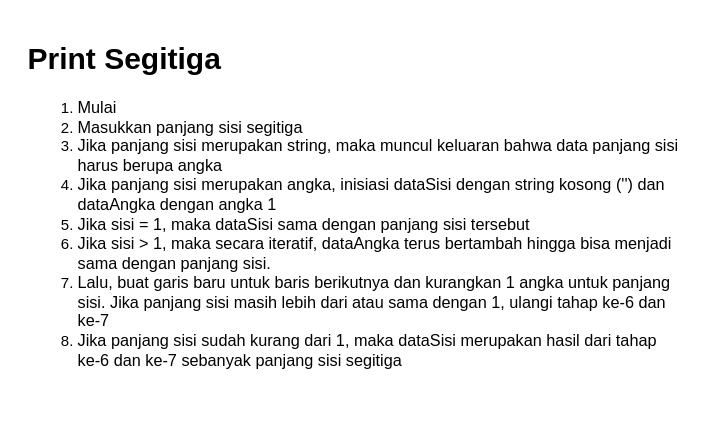
bagus25dzikri06/javascript-intro-1 keeps this draw.io diagram as task3-algoritma.drawio.xml. Above is the earlier version. Source tidied: cells renumbered, new cells numbered last; positions are measured from the earlier drawing's top-left corner, leaving out a move shared by most shapes. Both pictures are drawn from the tidied source at 125%, with x=0, y=0 at pixel (21, 34).
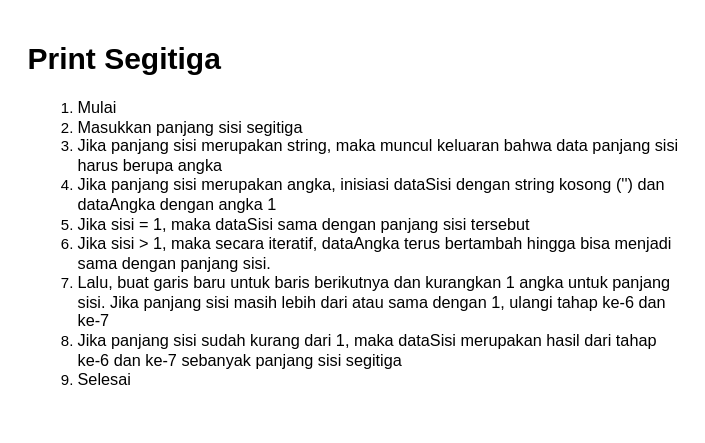
The same diagram, later.

Commit message (it also covers changes not shown here):
Flowchart dan Algoritma Task 2 with update in Task 3 Algorithm

What changed in the source:
```diff
@@
 <mxGraphModel>
   <root>
     <mxCell id="0" />
     <mxCell id="1" parent="0" />
-    <mxCell id="2" value="&lt;h1 style=&quot;text-align: justify;&quot;&gt;Print Segitiga&lt;/h1&gt;&lt;p style=&quot;text-align: justify;&quot;&gt;&lt;/p&gt;&lt;ol&gt;&lt;li&gt;&lt;span style=&quot;font-size: 13px;&quot;&gt;Mulai&lt;/span&gt;&lt;/li&gt;&lt;li&gt;&lt;span style=&quot;font-size: 13px;&quot;&gt;Masukkan panjang sisi segitiga&lt;/span&gt;&lt;/li&gt;&lt;li&gt;&lt;span style=&quot;font-size: 13px;&quot;&gt;Jika panjang sisi merupakan string, maka muncul keluaran bahwa data panjang sisi harus berupa angka&lt;/span&gt;&lt;/li&gt;&lt;li&gt;&lt;span style=&quot;font-size: 13px;&quot;&gt;Jika panjang sisi merupakan angka, inisiasi dataSisi dengan string kosong ('') dan dataAngka dengan angka 1&lt;/span&gt;&lt;/li&gt;&lt;li&gt;&lt;span style=&quot;font-size: 13px;&quot;&gt;Jika sisi = 1, maka dataSisi sama dengan panjang sisi tersebut&lt;/span&gt;&lt;/li&gt;&lt;li&gt;&lt;span style=&quot;font-size: 13px;&quot;&gt;Jika sisi &amp;gt; 1, maka secara iteratif, dataAngka terus bertambah hingga bisa menjadi sama dengan panjang sisi.&amp;nbsp;&lt;/span&gt;&lt;/li&gt;&lt;li&gt;&lt;span style=&quot;font-size: 13px;&quot;&gt;Lalu, buat garis baru untuk baris berikutnya dan kurangkan 1 angka untuk panjang sisi. Jika panjang sisi masih lebih dari atau sama dengan 1, ulangi tahap ke-6 dan ke-7&lt;/span&gt;&lt;/li&gt;&lt;li&gt;&lt;span style=&quot;font-size: 13px;&quot;&gt;Jika panjang sisi sudah kurang dari 1, maka dataSisi merupakan hasil dari tahap ke-6 dan ke-7 sebanyak panjang sisi segitiga&lt;/span&gt;&lt;/li&gt;&lt;/ol&gt;&lt;p&gt;&lt;/p&gt;" style="text;html=1;strokeColor=none;fillColor=none;spacing=5;spacingTop=-20;whiteSpace=wrap;overflow=hidden;rounded=0;" parent="1" vertex="1">
-      <mxGeometry width="530" height="290" as="geometry" />
-    </mxCell>
+    <mxCell id="3" value="&lt;h1 style=&quot;text-align: justify;&quot;&gt;Print Segitiga&lt;/h1&gt;&lt;p style=&quot;text-align: justify;&quot;&gt;&lt;/p&gt;&lt;ol&gt;&lt;li&gt;&lt;span style=&quot;font-size: 13px;&quot;&gt;Mulai&lt;/span&gt;&lt;/li&gt;&lt;li&gt;&lt;span style=&quot;font-size: 13px;&quot;&gt;Masukkan panjang sisi segitiga&lt;/span&gt;&lt;/li&gt;&lt;li&gt;&lt;span style=&quot;font-size: 13px;&quot;&gt;Jika panjang sisi merupakan string, maka muncul keluaran bahwa data panjang sisi harus berupa angka&lt;/span&gt;&lt;/li&gt;&lt;li&gt;&lt;span style=&quot;font-size: 13px;&quot;&gt;Jika panjang sisi merupakan angka, inisiasi dataSisi dengan string kosong ('') dan dataAngka dengan angka 1&lt;/span&gt;&lt;/li&gt;&lt;li&gt;&lt;span style=&quot;font-size: 13px;&quot;&gt;Jika sisi = 1, maka dataSisi sama dengan panjang sisi tersebut&lt;/span&gt;&lt;/li&gt;&lt;li&gt;&lt;span style=&quot;font-size: 13px;&quot;&gt;Jika sisi &amp;gt; 1, maka secara iteratif, dataAngka terus bertambah hingga bisa menjadi sama dengan panjang sisi.&amp;nbsp;&lt;/span&gt;&lt;/li&gt;&lt;li&gt;&lt;span style=&quot;font-size: 13px;&quot;&gt;Lalu, buat garis baru untuk baris berikutnya dan kurangkan 1 angka untuk panjang sisi. Jika panjang sisi masih lebih dari atau sama dengan 1, ulangi tahap ke-6 dan ke-7&lt;/span&gt;&lt;/li&gt;&lt;li&gt;&lt;span style=&quot;font-size: 13px;&quot;&gt;Jika panjang sisi sudah kurang dari 1, maka dataSisi merupakan hasil dari tahap ke-6 dan ke-7 sebanyak panjang sisi segitiga&lt;/span&gt;&lt;/li&gt;&lt;li&gt;&lt;span style=&quot;font-size: 13px;&quot;&gt;Selesai&lt;/span&gt;&lt;/li&gt;&lt;/ol&gt;&lt;p&gt;&lt;/p&gt;" style="text;html=1;strokeColor=none;fillColor=none;spacing=5;spacingTop=-20;whiteSpace=wrap;overflow=hidden;rounded=0;" parent="1" vertex="1">
+      <mxGeometry width="530" height="310" as="geometry" />
+    </mxCell>
   </root>
 </mxGraphModel>
```
